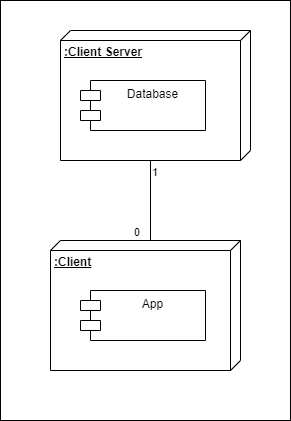
Before: images/PhysicalArch.png, a diagram exported from draw.io (LEIC-ES-2021-22/2LEIC11T3). Source tidied: cells renumbered, new cells last; positions are measured from the earlier drawing's top-left corner, leaving out a move shared by most shapes.
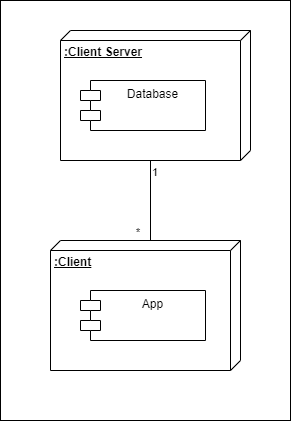
Above is the later version.

Commit message:
Physical Architecture diagram corrected

What changed in the source:
```diff
@@ -25,7 +25,7 @@
         <mxPoint y="20" as="offset" />
       </mxGeometry>
     </mxCell>
-    <mxCell id="9" value="0" style="edgeLabel;html=1;align=right;verticalAlign=bottom;" parent="7" vertex="1">
+    <mxCell id="9" value="*" style="edgeLabel;html=1;align=right;verticalAlign=bottom;" parent="7" vertex="1">
       <mxGeometry x="1" relative="1" as="geometry">
         <mxPoint x="-10" as="offset" />
       </mxGeometry>
```
